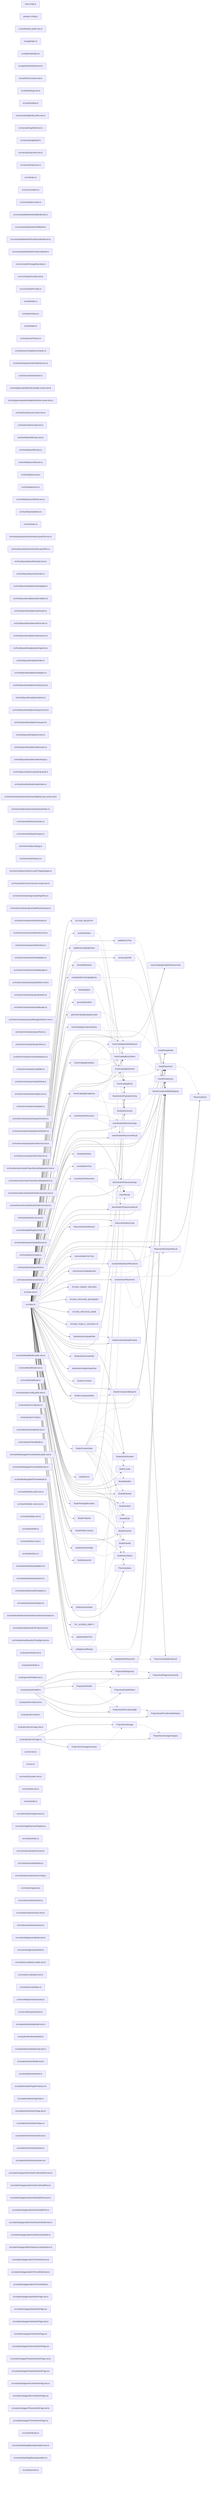
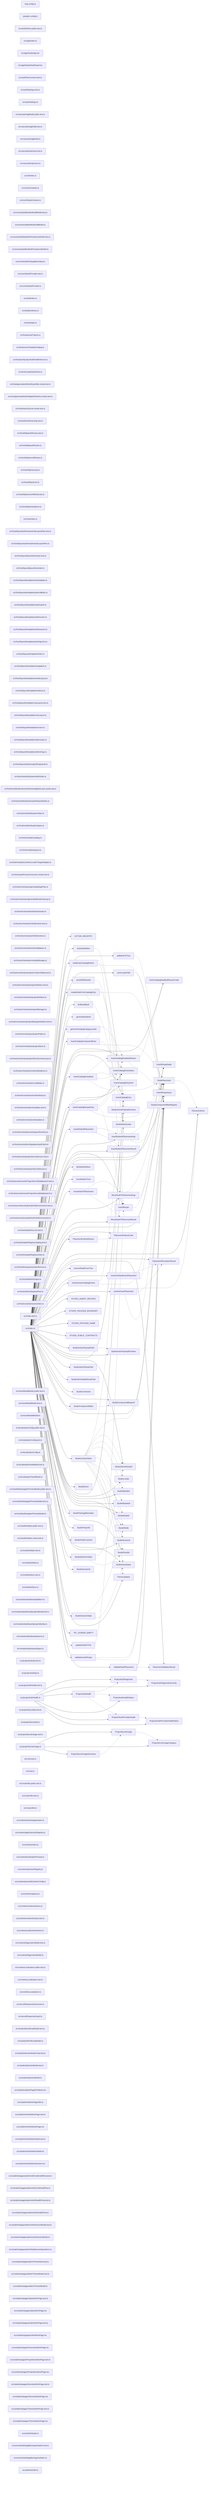
graph LR
  module_knip_config_ts["knip.config.ts"]
  module_paradox_config_ts["paradox.config.ts"]
  module_src_ankhAdmin_public_test_ts["src/ankhAdmin.public.test.ts"]
  module_src_app_index_ts["src/app/index.ts"]
  module_src_app_StudioApp_tsx["src/app/StudioApp.tsx"]
  module_src_app_StudioDashboard_tsx["src/app/StudioDashboard.tsx"]
  module_src_authFlowContract_test_ts["src/authFlowContract.test.ts"]
  module_src_authSettings_test_ts["src/authSettings.test.ts"]
  module_src_authSettings_ts["src/authSettings.ts"]
  module_src_canvasDragModel_public_test_ts["src/canvasDragModel.public.test.ts"]
  module_src_canvasDragModel_test_ts["src/canvasDragModel.test.ts"]
  module_src_canvasDragModel_ts["src/canvasDragModel.ts"]
  module_src_canvasDropZones_test_ts["src/canvasDropZones.test.ts"]
  module_src_canvasDropZones_ts["src/canvasDropZones.ts"]
  module_src_cli_index_ts["src/cli/index.ts"]
  module_src_core_constants_ts["src/core/constants.ts"]
  module_src_core_StudioContext_ts["src/core/StudioContext.ts"]
  module_src_core_studioManifestDraftModel_test_ts["src/core/studioManifestDraftModel.test.ts"]
  module_src_core_studioManifestDraftModel_ts["src/core/studioManifestDraftModel.ts"]
  module_src_core_studioManifestPersistenceModel_test_ts["src/core/studioManifestPersistenceModel.test.ts"]
  module_src_core_studioManifestPersistenceModel_ts["src/core/studioManifestPersistenceModel.ts"]
  module_src_core_studioPackageBoundary_ts["src/core/studioPackageBoundary.ts"]
  module_src_core_StudioProvider_test_ts["src/core/StudioProvider.test.ts"]
  module_src_core_StudioProvider_ts["src/core/StudioProvider.ts"]
  module_src_dnd_index_ts["src/dnd/index.ts"]
  module_src_dnd_primitives_ts["src/dnd/primitives.ts"]
  module_src_dnd_state_ts["src/dnd/state.ts"]
  module_src_hooks_useProjects_ts["src/hooks/useProjects.ts"]
-   module_src_hooks_useTemplateSummaries_ts["src/hooks/useTemplateSummaries.ts"]
+   module_src_hooks_useTemplateCatalog_ts["src/hooks/useTemplateCatalog.ts"]
  module_src_host_auth_projectAuthHealthService_ts["src/host/auth/projectAuthHealthService.ts"]
  module_src_host_createStudioHost_ts["src/host/createStudioHost.ts"]
  module_src_host_generatedAdminExpoWeb_smoke_test_ts["src/host/generatedAdminExpoWeb.smoke.test.ts"]
  module_src_host_generatedAuthAdapterRuntime_smoke_test_ts["src/host/generatedAuthAdapterRuntime.smoke.test.ts"]
  module_src_host_hostLifecycle_smoke_test_ts["src/host/hostLifecycle.smoke.test.ts"]
  module_src_host_hostOwnership_test_ts["src/host/hostOwnership.test.ts"]
  module_src_host_http_authRoutes_test_ts["src/host/http/authRoutes.test.ts"]
  module_src_host_http_authRoutes_ts["src/host/http/authRoutes.ts"]
  module_src_host_http_secretRoutes_ts["src/host/http/secretRoutes.ts"]
  module_src_host_http_security_ts["src/host/http/security.ts"]
  module_src_host_http_server_ts["src/host/http/server.ts"]
  module_src_host_http_serverWithSecrets_ts["src/host/http/serverWithSecrets.ts"]
  module_src_host_http_standalone_ts["src/host/http/standalone.ts"]
  module_src_host_index_ts["src/host/index.ts"]
  module_src_host_layout_auth_resolveAuthLayoutPlan_test_ts["src/host/layout/auth/resolveAuthLayoutPlan.test.ts"]
  module_src_host_layout_auth_resolveAuthLayoutPlan_ts["src/host/layout/auth/resolveAuthLayoutPlan.ts"]
  module_src_host_layout_layoutGenerator_test_ts["src/host/layout/layoutGenerator.test.ts"]
  module_src_host_layout_layoutGenerator_ts["src/host/layout/layoutGenerator.ts"]
  module_src_host_layout_templates_auth_adapter_ts["src/host/layout/templates/auth/adapter.ts"]
  module_src_host_layout_templates_auth_callback_ts["src/host/layout/templates/auth/callback.ts"]
  module_src_host_layout_templates_auth_oauth_ts["src/host/layout/templates/auth/oauth.ts"]
  module_src_host_layout_templates_auth_screen_ts["src/host/layout/templates/auth/screen.ts"]
  module_src_host_layout_templates_auth_session_ts["src/host/layout/templates/auth/session.ts"]
  module_src_host_layout_templates_auth_signOut_ts["src/host/layout/templates/auth/signOut.ts"]
  module_src_host_layout_templates_index_ts["src/host/layout/templates/index.ts"]
  module_src_host_layout_templates_navigation_ts["src/host/layout/templates/navigation.ts"]
  module_src_host_layout_templates_nestedLayout_ts["src/host/layout/templates/nestedLayout.ts"]
  module_src_host_layout_templates_redirect_ts["src/host/layout/templates/redirect.ts"]
  module_src_host_layout_templates_rootLayout_test_ts["src/host/layout/templates/rootLayout.test.ts"]
  module_src_host_layout_templates_rootLayout_ts["src/host/layout/templates/rootLayout.ts"]
  module_src_host_layout_templates_screen_ts["src/host/layout/templates/screen.ts"]
  module_src_host_layout_templates_utils_routes_ts["src/host/layout/templates/utils/routes.ts"]
  module_src_host_layout_templates_utils_strings_ts["src/host/layout/templates/utils/strings.ts"]
  module_src_host_layout_utils_escapeStringLiteral_ts["src/host/layout/utils/escapeStringLiteral.ts"]
  module_src_host_manifestSystem_auth_index_ts["src/host/manifestSystem/auth/index.ts"]
  module_src_host_manifestSystem_auth_shared_global_auth_system_tpl_ts["src/host/manifestSystem/auth/shared/global.auth.system.tpl.ts"]
  module_src_host_manifestSystem_auth_shared_index_ts["src/host/manifestSystem/auth/shared/index.ts"]
  module_src_host_manifestSystem_index_ts["src/host/manifestSystem/index.ts"]
  module_src_host_manifestSystem_types_ts["src/host/manifestSystem/types.ts"]
  module_src_host_modules_catalog_ts["src/host/modules/catalog.ts"]
  module_src_host_modules_layout_ts["src/host/modules/layout.ts"]
  module_src_host_modules_runtime_LocalFsTargetAdapter_ts["src/host/modules/runtime/LocalFsTargetAdapter.ts"]
  module_src_host_oauthFixtureConsumer_smoke_test_ts["src/host/oauthFixtureConsumer.smoke.test.ts"]
  module_src_host_orchestrator_generatedAppFiles_ts["src/host/orchestrator/generatedAppFiles.ts"]
  module_src_host_orchestrator_generatedRouteCleanup_ts["src/host/orchestrator/generatedRouteCleanup.ts"]
  module_src_host_orchestrator_infraGenerator_ts["src/host/orchestrator/infraGenerator.ts"]
  module_src_host_orchestrator_infraRuntime_test_ts["src/host/orchestrator/infraRuntime.test.ts"]
  module_src_host_orchestrator_infraRuntime_ts["src/host/orchestrator/infraRuntime.ts"]
  module_src_host_orchestrator_infraValidation_ts["src/host/orchestrator/infraValidation.ts"]
  module_src_host_orchestrator_moduleManager_ts["src/host/orchestrator/moduleManager.ts"]
+   module_src_host_orchestrator_projectCreationSafety_test_ts["src/host/orchestrator/projectCreationSafety.test.ts"]
  module_src_host_orchestrator_projectDeletion_test_ts["src/host/orchestrator/projectDeletion.test.ts"]
  module_src_host_orchestrator_projectDeletion_ts["src/host/orchestrator/projectDeletion.ts"]
  module_src_host_orchestrator_projectManager_ts["src/host/orchestrator/projectManager.ts"]
  module_src_host_orchestrator_projectManagerDeletion_test_ts["src/host/orchestrator/projectManagerDeletion.test.ts"]
  module_src_host_orchestrator_projectPaths_ts["src/host/orchestrator/projectPaths.ts"]
  module_src_host_orchestrator_projectStore_ts["src/host/orchestrator/projectStore.ts"]
+   module_src_host_orchestrator_projectStoreSummary_test_ts["src/host/orchestrator/projectStoreSummary.test.ts"]
  module_src_host_orchestrator_resolveMutations_ts["src/host/orchestrator/resolveMutations.ts"]
  module_src_host_orchestrator_scaffolder_ts["src/host/orchestrator/scaffolder.ts"]
  module_src_host_orchestrator_studioInfraUp_ts["src/host/orchestrator/studioInfraUp.ts"]
  module_src_host_orchestrator_templates_test_ts["src/host/orchestrator/templates.test.ts"]
  module_src_host_orchestrator_templates_ts["src/host/orchestrator/templates.ts"]
  module_src_host_orchestrator_workspaceRuntime_ts["src/host/orchestrator/workspaceRuntime.ts"]
  module_src_host_secrets_bunSupabaseVaultClient_ts["src/host/secrets/bunSupabaseVaultClient.ts"]
  module_src_host_secrets_projectSecretService_test_ts["src/host/secrets/projectSecretService.test.ts"]
  module_src_host_secrets_projectSecretService_ts["src/host/secrets/projectSecretService.ts"]
  module_src_host_secrets_resolveProjectSecretDatabaseUrl_test_ts["src/host/secrets/resolveProjectSecretDatabaseUrl.test.ts"]
  module_src_host_secrets_resolveProjectSecretDatabaseUrl_ts["src/host/secrets/resolveProjectSecretDatabaseUrl.ts"]
  module_src_host_secrets_trustedOAuthInfraEnvironment_test_ts["src/host/secrets/trustedOAuthInfraEnvironment.test.ts"]
  module_src_host_secrets_trustedOAuthInfraEnvironment_ts["src/host/secrets/trustedOAuthInfraEnvironment.ts"]
  module_src_host_studioInfra_e2e_test_ts["src/host/studioInfra.e2e.test.ts"]
+   module_src_host_templateRegistry_catalog_test_ts["src/host/templateRegistry/catalog.test.ts"]
  module_src_host_templateRegistry_index_ts["src/host/templateRegistry/index.ts"]
  module_src_host_utils_requirementsInference_ts["src/host/utils/requirementsInference.ts"]
  module_src_host_utils_trimOutput_ts["src/host/utils/trimOutput.ts"]
  module_src_host_utils_workspaceRoot_ts["src/host/utils/workspaceRoot.ts"]
  module_src_host_zoraExtensions_index_ts["src/host/zoraExtensions/index.ts"]
  module_src_index_test_ts["src/index.test.ts"]
  module_src_index_ts["src/index.ts"]
  module_src_insertModalModel_public_test_ts["src/insertModalModel.public.test.ts"]
  module_src_insertModalModel_test_ts["src/insertModalModel.test.ts"]
  module_src_insertModalModel_ts["src/insertModalModel.ts"]
  module_src_localizationConfig_public_test_ts["src/localizationConfig.public.test.ts"]
  module_src_localizationConfig_test_ts["src/localizationConfig.test.ts"]
  module_src_localizationConfig_ts["src/localizationConfig.ts"]
  module_src_localizationPanelModel_test_ts["src/localizationPanelModel.test.ts"]
  module_src_localizationPanelModel_ts["src/localizationPanelModel.ts"]
  module_src_manifestNavigatorPreviewModel_public_test_ts["src/manifestNavigatorPreviewModel.public.test.ts"]
  module_src_manifestNavigatorPreviewModel_test_ts["src/manifestNavigatorPreviewModel.test.ts"]
  module_src_manifestNavigatorPreviewModel_ts["src/manifestNavigatorPreviewModel.ts"]
  module_src_manifestState_public_test_ts["src/manifestState.public.test.ts"]
  module_src_manifestState_routes_test_ts["src/manifestState.routes.test.ts"]
  module_src_manifestState_test_ts["src/manifestState.test.ts"]
  module_src_manifestState_ts["src/manifestState.ts"]
  module_src_manifestSync_test_ts["src/manifestSync.test.ts"]
  module_src_manifestSync_ts["src/manifestSync.ts"]
  module_src_modules_dashboard_platform_ts["src/modules/dashboard/platform.ts"]
+   module_src_modules_dashboard_projectIdentity_test_ts["src/modules/dashboard/projectIdentity.test.ts"]
+   module_src_modules_dashboard_projectIdentity_ts["src/modules/dashboard/projectIdentity.ts"]
  module_src_modules_dashboard_search_ts["src/modules/dashboard/search.ts"]
-   module_src_modules_dashboard_templates_ts["src/modules/dashboard/templates.ts"]
  module_src_modules_dashboard_types_ts["src/modules/dashboard/types.ts"]
-   module_src_modules_dashboard_ui_DashboardSectionHeader_tsx["src/modules/dashboard/ui/DashboardSectionHeader.tsx"]
-   module_src_modules_dashboard_ui_ProjectCard_tsx["src/modules/dashboard/ui/ProjectCard.tsx"]
-   module_src_modules_dashboard_ui_TemplateCard_tsx["src/modules/dashboard/ui/TemplateCard.tsx"]
  module_src_projectAuthApi_test_ts["src/projectAuthApi.test.ts"]
  module_src_projectAuthApi_ts["src/projectAuthApi.ts"]
  module_src_projectAuthHealth_test_ts["src/projectAuthHealth.test.ts"]
  module_src_projectAuthHealth_ts["src/projectAuthHealth.ts"]
  module_src_projectSecretApi_test_ts["src/projectSecretApi.test.ts"]
  module_src_projectSecretApi_ts["src/projectSecretApi.ts"]
  module_src_projectSecretUsage_test_ts["src/projectSecretUsage.test.ts"]
  module_src_projectSecretUsage_ts["src/projectSecretUsage.ts"]
  module_src_root_test_ts["src/root.test.ts"]
  module_src_root_ts["src/root.ts"]
  module_src_routeUtils_public_test_ts["src/routeUtils.public.test.ts"]
  module_src_routeUtils_test_ts["src/routeUtils.test.ts"]
  module_src_routeUtils_ts["src/routeUtils.ts"]
  module_src_runtime_actionSuppression_ts["src/runtime/actionSuppression.ts"]
  module_src_runtime_appExtensionRegistry_ts["src/runtime/appExtensionRegistry.ts"]
  module_src_runtime_index_ts["src/runtime/index.ts"]
  module_src_runtime_localizationPreview_ts["src/runtime/localizationPreview.ts"]
  module_src_runtime_previewRegistry_ts["src/runtime/previewRegistry.ts"]
  module_src_runtime_previewRuntimeConfig_ts["src/runtime/previewRuntimeConfig.ts"]
  module_src_runtime_registry_tsx["src/runtime/registry.tsx"]
  module_src_runtime_runtimeActions_ts["src/runtime/runtimeActions.ts"]
  module_src_runtime_runtimeSurface_test_ts["src/runtime/runtimeSurface.test.ts"]
  module_src_runtime_useRuntimeAction_ts["src/runtime/useRuntimeAction.ts"]
  module_src_runtimeDiagnosticsModel_test_ts["src/runtimeDiagnosticsModel.test.ts"]
  module_src_runtimeDiagnosticsModel_ts["src/runtimeDiagnosticsModel.ts"]
  module_src_runtimeLocalization_public_test_ts["src/runtimeLocalization.public.test.ts"]
  module_src_runtimeLocalization_test_ts["src/runtimeLocalization.test.ts"]
  module_src_runtimeLocalization_ts["src/runtimeLocalization.ts"]
  module_src_secretResponseGuard_test_ts["src/secretResponseGuard.test.ts"]
  module_src_secretResponseGuard_ts["src/secretResponseGuard.ts"]
  module_src_studioAdminRouteModel_test_ts["src/studioAdminRouteModel.test.ts"]
  module_src_studioAdminRouteModel_ts["src/studioAdminRouteModel.ts"]
  module_src_studioSelectionModel_knip_test_ts["src/studioSelectionModel.knip.test.ts"]
  module_src_studioSelectionModel_test_ts["src/studioSelectionModel.test.ts"]
  module_src_studioSelectionModel_ts["src/studioSelectionModel.ts"]
  module_src_ui_admin_adminPagePrimitives_tsx["src/ui/admin/adminPagePrimitives.tsx"]
  module_src_ui_admin_adminPageUtils_ts["src/ui/admin/adminPageUtils.ts"]
  module_src_ui_admin_AnkhAdminPage_test_ts["src/ui/admin/AnkhAdminPage.test.ts"]
  module_src_ui_admin_AnkhAdminPage_tsx["src/ui/admin/AnkhAdminPage.tsx"]
  module_src_ui_admin_AnkhAdminShell_test_ts["src/ui/admin/AnkhAdminShell.test.ts"]
  module_src_ui_admin_AnkhAdminShell_tsx["src/ui/admin/AnkhAdminShell.tsx"]
  module_src_ui_admin_AuthAdminSession_tsx["src/ui/admin/AuthAdminSession.tsx"]
  module_src_ui_admin_pages_adminAuthCredentialFlow_test_ts["src/ui/admin/pages/adminAuthCredentialFlow.test.ts"]
  module_src_ui_admin_pages_adminAuthCredentialFlow_ts["src/ui/admin/pages/adminAuthCredentialFlow.ts"]
  module_src_ui_admin_pages_adminAuthHealthFlow_test_ts["src/ui/admin/pages/adminAuthHealthFlow.test.ts"]
  module_src_ui_admin_pages_adminAuthHealthFlow_ts["src/ui/admin/pages/adminAuthHealthFlow.ts"]
  module_src_ui_admin_pages_adminAuthSessionModel_test_ts["src/ui/admin/pages/adminAuthSessionModel.test.ts"]
  module_src_ui_admin_pages_adminAuthSessionModel_ts["src/ui/admin/pages/adminAuthSessionModel.ts"]
  module_src_ui_admin_pages_adminDataSourceOperations_ts["src/ui/admin/pages/adminDataSourceOperations.ts"]
  module_src_ui_admin_pages_adminThemeHarmony_ts["src/ui/admin/pages/adminThemeHarmony.ts"]
  module_src_ui_admin_pages_adminThemeModel_test_ts["src/ui/admin/pages/adminThemeModel.test.ts"]
  module_src_ui_admin_pages_adminThemeModel_ts["src/ui/admin/pages/adminThemeModel.ts"]
  module_src_ui_admin_pages_ApisAdminPage_test_ts["src/ui/admin/pages/ApisAdminPage.test.ts"]
  module_src_ui_admin_pages_ApisAdminPage_tsx["src/ui/admin/pages/ApisAdminPage.tsx"]
  module_src_ui_admin_pages_AuthAdminPage_test_ts["src/ui/admin/pages/AuthAdminPage.test.ts"]
  module_src_ui_admin_pages_AuthAdminPage_tsx["src/ui/admin/pages/AuthAdminPage.tsx"]
  module_src_ui_admin_pages_OverviewAdminPage_tsx["src/ui/admin/pages/OverviewAdminPage.tsx"]
  module_src_ui_admin_pages_PropertiesAdminPage_test_ts["src/ui/admin/pages/PropertiesAdminPage.test.ts"]
  module_src_ui_admin_pages_PropertiesAdminPage_tsx["src/ui/admin/pages/PropertiesAdminPage.tsx"]
  module_src_ui_admin_pages_SecretsAdminPage_test_ts["src/ui/admin/pages/SecretsAdminPage.test.ts"]
  module_src_ui_admin_pages_SecretsAdminPage_tsx["src/ui/admin/pages/SecretsAdminPage.tsx"]
  module_src_ui_admin_pages_ThemeAdminPage_test_ts["src/ui/admin/pages/ThemeAdminPage.test.ts"]
  module_src_ui_admin_pages_ThemeAdminPage_tsx["src/ui/admin/pages/ThemeAdminPage.tsx"]
  module_src_ui_AnkhStudio_ts["src/ui/AnkhStudio.ts"]
  module_src_ui_useStudioAppBarAugmentation_test_ts["src/ui/useStudioAppBarAugmentation.test.ts"]
  module_src_ui_useStudioAppBarAugmentation_ts["src/ui/useStudioAppBarAugmentation.ts"]
  module_src_utils_treeUtils_ts["src/utils/treeUtils.ts"]
  export_ACTION_REGISTRY["ACTION_REGISTRY"]
  module_src_index_ts --> export_ACTION_REGISTRY
  export_ActionDefinition["ActionDefinition"]
  module_src_index_ts --> export_ActionDefinition
  export_ActionDefinition -.-> export_StudioActionPayloadSchema
  export_addNodeToTree["addNodeToTree"]
  module_src_index_ts --> export_addNodeToTree
  export_addNodeToTree -.-> export_StudioComponentMetaRegistry
  export_buildInsertCatalogEntries["buildInsertCatalogEntries"]
  module_src_index_ts --> export_buildInsertCatalogEntries
  export_buildInsertCatalogEntries -.-> export_InsertCatalogEntry
  export_buildInsertCatalogEntries -.-> export_InsertRecipe
  export_buildInsertCatalogEntries -.-> export_StudioComponentMetaRegistry
  export_canAcceptChild["canAcceptChild"]
  module_src_index_ts --> export_canAcceptChild
  export_canAcceptChild -.-> export_StudioComponentMetaRegistry
  export_cloneWithNewIds["cloneWithNewIds"]
  module_src_index_ts --> export_cloneWithNewIds
  export_cloneWithNewIds -.-> export_StudioIdGenerator
  export_createNodeFromCatalogEntry["createNodeFromCatalogEntry"]
  module_src_index_ts --> export_createNodeFromCatalogEntry
  export_createNodeFromCatalogEntry -.-> export_InsertCatalogEntry
  export_createNodeFromCatalogEntry -.-> export_StudioComponentMetaRegistry
  export_createNodeFromCatalogEntry -.-> export_StudioIdGenerator
  export_findNodeById["findNodeById"]
  module_src_index_ts --> export_findNodeById
  export_generateStudioId["generateStudioId"]
  module_src_index_ts --> export_generateStudioId
  export_getInsertCatalogCategoryLabel["getInsertCatalogCategoryLabel"]
  module_src_index_ts --> export_getInsertCatalogCategoryLabel
  export_InsertCatalogComponentEntry["InsertCatalogComponentEntry"]
  module_src_index_ts --> export_InsertCatalogComponentEntry
  export_InsertCatalogComponentEntry -.-> export_InsertCatalogDisabledReason
  export_InsertCatalogComponentEntry -.-> export_InsertCatalogEntryStatus
  export_InsertCatalogComponentEntry -.-> export_NodePlacement
  export_InsertCatalogDisabledReason["InsertCatalogDisabledReason"]
  module_src_index_ts --> export_InsertCatalogDisabledReason
  export_InsertCatalogDisabledReason -.-> export_InsertCatalogDisabledReasonCode
  export_InsertCatalogDisabledReason -.-> export_InsertRecipeIssue
  export_InsertCatalogDisabledReasonCode["InsertCatalogDisabledReasonCode"]
  module_src_index_ts --> export_InsertCatalogDisabledReasonCode
  export_InsertCatalogEntry["InsertCatalogEntry"]
  module_src_index_ts --> export_InsertCatalogEntry
  export_InsertCatalogEntryBase["InsertCatalogEntryBase"]
  module_src_index_ts --> export_InsertCatalogEntryBase
  export_InsertCatalogEntryBase -.-> export_InsertCatalogDisabledReason
  export_InsertCatalogEntryBase -.-> export_InsertCatalogEntryKind
  export_InsertCatalogEntryBase -.-> export_InsertCatalogEntryStatus
  export_InsertCatalogEntryBase -.-> export_NodePlacement
  export_InsertCatalogEntryKind["InsertCatalogEntryKind"]
  module_src_index_ts --> export_InsertCatalogEntryKind
  export_InsertCatalogEntryStatus["InsertCatalogEntryStatus"]
  module_src_index_ts --> export_InsertCatalogEntryStatus
  export_InsertCatalogRecipeEntry["InsertCatalogRecipeEntry"]
  module_src_index_ts --> export_InsertCatalogRecipeEntry
  export_InsertCatalogRecipeEntry -.-> export_InsertCatalogDisabledReason
  export_InsertCatalogRecipeEntry -.-> export_InsertCatalogEntryStatus
  export_InsertCatalogRecipeEntry -.-> export_InsertRecipe
  export_InsertCatalogRecipeEntry -.-> export_NodePlacement
  export_insertNodeAtPlacement["insertNodeAtPlacement"]
  module_src_index_ts --> export_insertNodeAtPlacement
  export_insertNodeAtPlacement -.-> export_InsertNodeAtPlacementArgs
  export_insertNodeAtPlacement -.-> export_InsertNodeAtPlacementResult
  export_InsertNodeAtPlacementArgs["InsertNodeAtPlacementArgs"]
  module_src_index_ts --> export_InsertNodeAtPlacementArgs
  export_InsertNodeAtPlacementArgs -.-> export_NodePlacement
  export_InsertNodeAtPlacementArgs -.-> export_StudioComponentMetaRegistry
  export_InsertNodeAtPlacementResult["InsertNodeAtPlacementResult"]
  module_src_index_ts --> export_InsertNodeAtPlacementResult
  export_InsertRecipe["InsertRecipe"]
  module_src_index_ts --> export_InsertRecipe
  export_InsertRecipe -.-> export_InsertRecipeNode
  export_InsertRecipeIssue["InsertRecipeIssue"]
  module_src_index_ts --> export_InsertRecipeIssue
  export_InsertRecipeNode["InsertRecipeNode"]
  module_src_index_ts --> export_InsertRecipeNode
  export_ModuleDefinition["ModuleDefinition"]
  module_src_index_ts --> export_ModuleDefinition
  export_moveNodeInTree["moveNodeInTree"]
  module_src_index_ts --> export_moveNodeInTree
  export_moveNodeToPlacement["moveNodeToPlacement"]
  module_src_index_ts --> export_moveNodeToPlacement
  export_moveNodeToPlacement -.-> export_MoveNodeToPlacementArgs
  export_moveNodeToPlacement -.-> export_MoveNodeToPlacementResult
  export_MoveNodeToPlacementArgs["MoveNodeToPlacementArgs"]
  module_src_index_ts --> export_MoveNodeToPlacementArgs
  export_MoveNodeToPlacementArgs -.-> export_NodePlacement
  export_MoveNodeToPlacementArgs -.-> export_StudioComponentMetaRegistry
  export_MoveNodeToPlacementResult["MoveNodeToPlacementResult"]
  module_src_index_ts --> export_MoveNodeToPlacementResult
  export_NodePlacement["NodePlacement"]
  module_src_index_ts --> export_NodePlacement
  export_NodePlacement -.-> export_PlacementKind
  export_PlacementFailureCode["PlacementFailureCode"]
  module_src_index_ts --> export_PlacementFailureCode
  export_PlacementFailureReason["PlacementFailureReason"]
  module_src_index_ts --> export_PlacementFailureReason
  export_PlacementFailureReason -.-> export_PlacementFailureCode
  export_PlacementKind["PlacementKind"]
  module_src_index_ts --> export_PlacementKind
  export_PlacementResolutionResult["PlacementResolutionResult"]
  module_src_index_ts --> export_PlacementResolutionResult
  export_PlacementValidationResult["PlacementValidationResult"]
  module_src_index_ts --> export_PlacementValidationResult
  export_ProjectAuthDiagnostic["ProjectAuthDiagnostic"]
  module_src_projectAuthHealth_ts --> export_ProjectAuthDiagnostic
  export_ProjectAuthDiagnostic -.-> export_ProjectAuthDiagnosticSeverity
  export_ProjectAuthDiagnosticSeverity["ProjectAuthDiagnosticSeverity"]
  module_src_projectAuthHealth_ts --> export_ProjectAuthDiagnosticSeverity
  export_ProjectAuthHealth["ProjectAuthHealth"]
  module_src_projectAuthHealth_ts --> export_ProjectAuthHealth
  export_ProjectAuthHealth -.-> export_ProjectAuthDiagnostic
  export_ProjectAuthHealth -.-> export_ProjectAuthHealthStatus
  export_ProjectAuthHealth -.-> export_ProjectOAuthProviderHealth
  export_ProjectAuthHealthStatus["ProjectAuthHealthStatus"]
  module_src_projectAuthHealth_ts --> export_ProjectAuthHealthStatus
  export_ProjectOAuthProviderHealth["ProjectOAuthProviderHealth"]
  module_src_projectAuthHealth_ts --> export_ProjectOAuthProviderHealth
  export_ProjectOAuthProviderHealth -.-> export_ProjectOAuthProviderHealthStatus
  export_ProjectOAuthProviderHealthStatus["ProjectOAuthProviderHealthStatus"]
  module_src_projectAuthHealth_ts --> export_ProjectOAuthProviderHealthStatus
  export_ProjectSecretUsage["ProjectSecretUsage"]
  module_src_projectSecretUsage_ts --> export_ProjectSecretUsage
  export_ProjectSecretUsage -.-> export_ProjectSecretUsageCategory
  export_ProjectSecretUsageCategory["ProjectSecretUsageCategory"]
  module_src_projectSecretUsage_ts --> export_ProjectSecretUsageCategory
  export_ProjectSecretUsageSummary["ProjectSecretUsageSummary"]
  module_src_projectSecretUsage_ts --> export_ProjectSecretUsageSummary
  export_ProjectSecretUsageSummary -.-> export_ProjectSecretUsage
  export_removeNodeFromTree["removeNodeFromTree"]
  module_src_index_ts --> export_removeNodeFromTree
  export_resolveDefaultInsertPlacement["resolveDefaultInsertPlacement"]
  module_src_index_ts --> export_resolveDefaultInsertPlacement
  export_resolveDefaultInsertPlacement -.-> export_PlacementResolutionResult
  export_resolveDefaultInsertPlacement -.-> export_StudioComponentMetaRegistry
  export_resolveInsertCatalogEntries["resolveInsertCatalogEntries"]
  module_src_index_ts --> export_resolveInsertCatalogEntries
  export_resolveInsertCatalogEntries -.-> export_InsertCatalogEntry
  export_resolveInsertCatalogEntries -.-> export_StudioComponentMetaRegistry
  export_resolveInsertPlacement["resolveInsertPlacement"]
  module_src_index_ts --> export_resolveInsertPlacement
  export_resolveInsertPlacement -.-> export_PlacementKind
  export_resolveInsertPlacement -.-> export_PlacementResolutionResult
  export_resolveInsertPlacement -.-> export_StudioComponentMetaRegistry
  export_STUDIO_INSERT_RECIPES["STUDIO_INSERT_RECIPES"]
  module_src_index_ts --> export_STUDIO_INSERT_RECIPES
  export_STUDIO_PACKAGE_BOUNDARY["STUDIO_PACKAGE_BOUNDARY"]
  module_src_index_ts --> export_STUDIO_PACKAGE_BOUNDARY
  export_STUDIO_PACKAGE_NAME["STUDIO_PACKAGE_NAME"]
  module_src_index_ts --> export_STUDIO_PACKAGE_NAME
  export_STUDIO_PUBLIC_CONTRACTS["STUDIO_PUBLIC_CONTRACTS"]
  module_src_index_ts --> export_STUDIO_PUBLIC_CONTRACTS
  export_StudioActionPayloadField["StudioActionPayloadField"]
  module_src_index_ts --> export_StudioActionPayloadField
  export_StudioActionPayloadField -.-> export_StudioActionPayloadPrimitive
  export_StudioActionPayloadPrimitive["StudioActionPayloadPrimitive"]
  module_src_index_ts --> export_StudioActionPayloadPrimitive
  export_StudioActionPayloadSchema["StudioActionPayloadSchema"]
  module_src_index_ts --> export_StudioActionPayloadSchema
  export_StudioAdminRouteId["StudioAdminRouteId"]
  module_src_index_ts --> export_StudioAdminRouteId
  export_StudioAdminRoutePath["StudioAdminRoutePath"]
  module_src_index_ts --> export_StudioAdminRoutePath
  export_StudioAdminStaticRoutePath["StudioAdminStaticRoutePath"]
  module_src_index_ts --> export_StudioAdminStaticRoutePath
  export_StudioCommand["StudioCommand"]
  module_src_index_ts --> export_StudioCommand
  export_StudioComponentBlueprint["StudioComponentBlueprint"]
  module_src_index_ts --> export_StudioComponentBlueprint
  export_StudioComponentMeta["StudioComponentMeta"]
  module_src_index_ts --> export_StudioComponentMeta
  export_StudioComponentMeta -.-> export_StudioComponentBlueprint
  export_StudioComponentMetaRegistry["StudioComponentMetaRegistry"]
  module_src_index_ts --> export_StudioComponentMetaRegistry
  export_StudioContextValue["StudioContextValue"]
  module_src_index_ts --> export_StudioContextValue
  export_StudioContextValue -.-> export_InsertCatalogEntry
  export_StudioContextValue -.-> export_NodePlacement
  export_StudioContextValue -.-> export_StudioAdminRouteId
  export_StudioContextValue -.-> export_StudioLocale
  export_StudioContextValue -.-> export_StudioManifest
  export_StudioContextValue -.-> export_StudioMode
  export_StudioContextValue -.-> export_StudioModuleId
  export_StudioContextValue -.-> export_StudioNodeId
  export_StudioContextValue -.-> export_StudioPanelId
  export_StudioContextValue -.-> export_StudioSaveStatus
  export_StudioContextValue -.-> export_StudioScreenId
  export_StudioContextValue -.-> export_ThemeUpdates
  export_StudioEvent["StudioEvent"]
  module_src_index_ts --> export_StudioEvent
  export_StudioIdGenerator["StudioIdGenerator"]
  module_src_index_ts --> export_StudioIdGenerator
  export_StudioLocale["StudioLocale"]
  module_src_index_ts --> export_StudioLocale
  export_StudioManifest["StudioManifest"]
  module_src_index_ts --> export_StudioManifest
  export_StudioMode["StudioMode"]
  module_src_index_ts --> export_StudioMode
  export_StudioModuleId["StudioModuleId"]
  module_src_index_ts --> export_StudioModuleId
  export_StudioNodeId["StudioNodeId"]
  module_src_index_ts --> export_StudioNodeId
  export_StudioPackageBoundary["StudioPackageBoundary"]
  module_src_index_ts --> export_StudioPackageBoundary
  export_StudioPanelId["StudioPanelId"]
  module_src_index_ts --> export_StudioPanelId
  export_StudioProjectId["StudioProjectId"]
  module_src_index_ts --> export_StudioProjectId
  export_StudioPublicContract["StudioPublicContract"]
  module_src_index_ts --> export_StudioPublicContract
  export_StudioSaveStatus["StudioSaveStatus"]
  module_src_index_ts --> export_StudioSaveStatus
  export_StudioScreenId["StudioScreenId"]
  module_src_index_ts --> export_StudioScreenId
  export_StudioSelectionState["StudioSelectionState"]
  module_src_index_ts --> export_StudioSelectionState
  export_StudioSelectionState -.-> export_StudioAdminRouteId
  export_StudioSelectionState -.-> export_StudioPanelId
  export_StudioSessionId["StudioSessionId"]
  module_src_index_ts --> export_StudioSessionId
  export_StudioSessionState["StudioSessionState"]
  module_src_index_ts --> export_StudioSessionState
  export_StudioSessionState -.-> export_StudioMode
  export_StudioSessionState -.-> export_StudioSaveStatus
  export_ThemeUpdates["ThemeUpdates"]
  module_src_index_ts --> export_ThemeUpdates
  export_TPL_SCREEN_EMPTY["TPL_SCREEN_EMPTY"]
  module_src_index_ts --> export_TPL_SCREEN_EMPTY
  export_updateNodeInTree["updateNodeInTree"]
  module_src_index_ts --> export_updateNodeInTree
  export_validateInsertRecipe["validateInsertRecipe"]
  module_src_index_ts --> export_validateInsertRecipe
  export_validateInsertRecipe -.-> export_InsertRecipe
  export_validateInsertRecipe -.-> export_InsertRecipeIssue
  export_validateInsertRecipe -.-> export_StudioComponentMetaRegistry
  export_validateNodePlacement["validateNodePlacement"]
  module_src_index_ts --> export_validateNodePlacement
  export_validateNodePlacement -.-> export_NodePlacement
  export_validateNodePlacement -.-> export_PlacementValidationResult
  export_validateNodePlacement -.-> export_StudioComponentMetaRegistry
